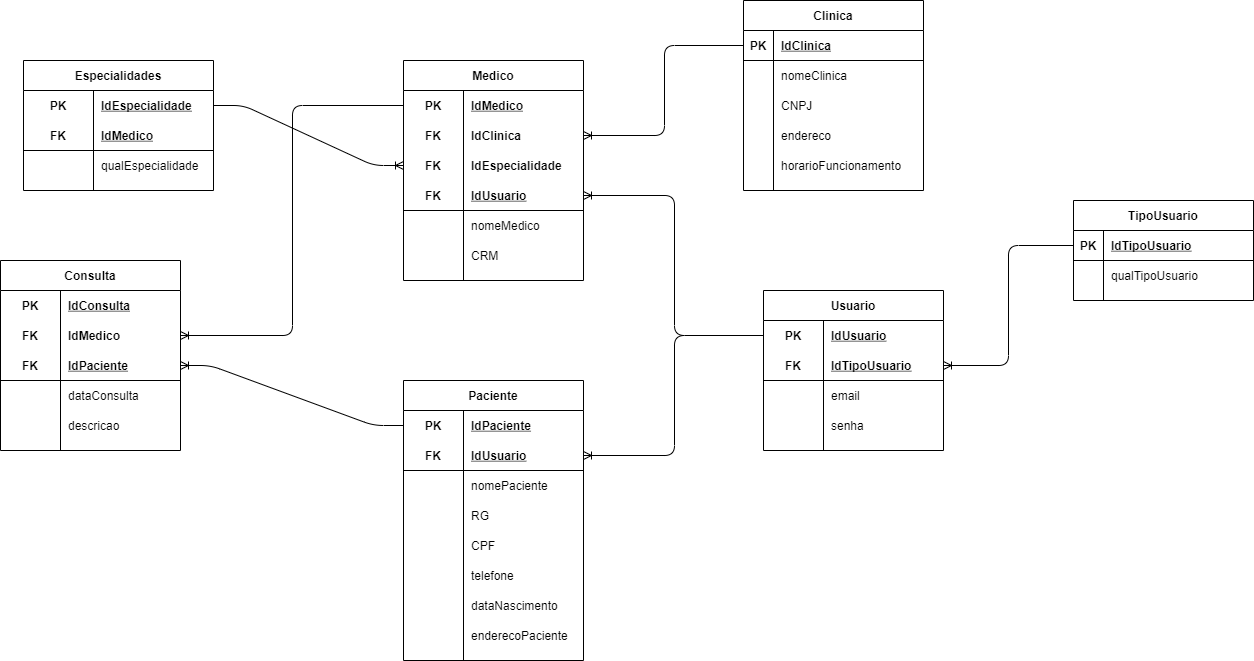
This is SP_Med_Group/Modelagens/SP_Med_Group_Logico.png from caiquesantosbrito/Senai_Sprint1_bd, a draw.io export, as it was before one commit. Source tidied: cells renumbered, new cells last; positions are measured from the earlier drawing's top-left corner, leaving out a move shared by most shapes.
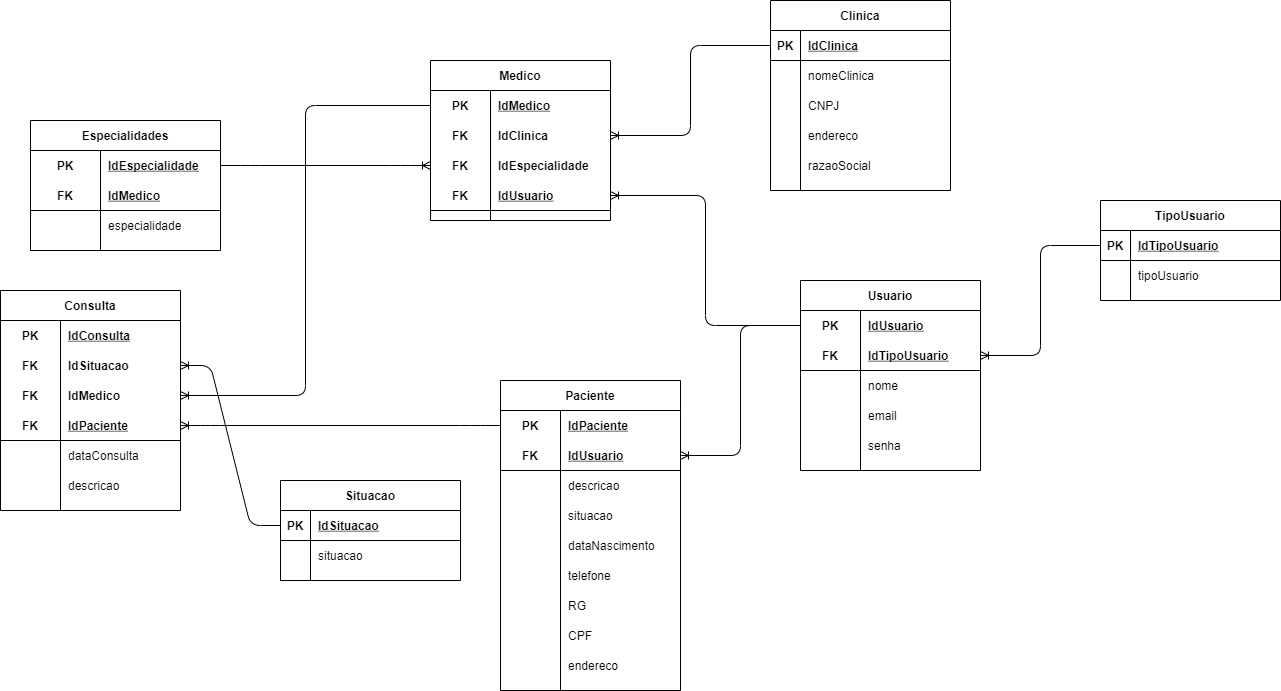
After the change.

Commit message:
Modelagens finalizadas

Diff of the diagram source:
```diff
@@ -47,11 +47,11 @@
     <mxCell id="16" style="shape=partialRectangle;fillColor=none;top=0;left=0;bottom=0;right=0;overflow=hidden;" parent="15" vertex="1">
       <mxGeometry width="30" height="30" as="geometry" />
     </mxCell>
-    <mxCell id="17" value="horarioFuncionamento" style="shape=partialRectangle;fillColor=none;top=0;left=0;bottom=0;right=0;align=left;spacingLeft=6;overflow=hidden;" parent="15" vertex="1">
+    <mxCell id="17" value="razaoSocial" style="shape=partialRectangle;fillColor=none;top=0;left=0;bottom=0;right=0;align=left;spacingLeft=6;overflow=hidden;" parent="15" vertex="1">
       <mxGeometry x="30" width="150" height="30" as="geometry" />
     </mxCell>
     <mxCell id="18" value="Medico" style="shape=table;startSize=30;rowLines=0;fontStyle=1;align=center;" parent="1" vertex="1">
-      <mxGeometry x="403" y="60" width="180" height="220" as="geometry" />
+      <mxGeometry x="403" y="60" width="180" height="160" as="geometry" />
     </mxCell>
     <mxCell id="19" style="shape=partialRectangle;fillColor=none;top=0;left=0;bottom=0;right=0;points=[[0,0.5],[1,0.5]];portConstraint=eastwest;" parent="18" vertex="1">
       <mxGeometry y="30" width="180" height="30" as="geometry" />
@@ -89,26 +89,8 @@
     <mxCell id="30" value="IdUsuario" style="shape=partialRectangle;fillColor=none;top=0;left=0;bottom=0;right=0;align=left;spacingLeft=6;fontStyle=5;overflow=hidden;" parent="28" vertex="1">
       <mxGeometry x="60" width="120" height="30" as="geometry" />
     </mxCell>
-    <mxCell id="31" style="shape=partialRectangle;fillColor=none;top=0;left=0;bottom=0;right=0;" parent="18" vertex="1">
-      <mxGeometry y="150" width="180" height="30" as="geometry" />
-    </mxCell>
-    <mxCell id="32" style="shape=partialRectangle;fillColor=none;top=0;left=0;bottom=0;right=0;overflow=hidden;" parent="31" vertex="1">
-      <mxGeometry width="60" height="30" as="geometry" />
-    </mxCell>
-    <mxCell id="33" value="nomeMedico" style="shape=partialRectangle;fillColor=none;top=0;left=0;bottom=0;right=0;align=left;spacingLeft=6;overflow=hidden;" parent="31" vertex="1">
-      <mxGeometry x="60" width="120" height="30" as="geometry" />
-    </mxCell>
-    <mxCell id="34" style="shape=partialRectangle;fillColor=none;top=0;left=0;bottom=0;right=0;" parent="18" vertex="1">
-      <mxGeometry y="180" width="180" height="30" as="geometry" />
-    </mxCell>
-    <mxCell id="35" style="shape=partialRectangle;fillColor=none;top=0;left=0;bottom=0;right=0;overflow=hidden;" parent="34" vertex="1">
-      <mxGeometry width="60" height="30" as="geometry" />
-    </mxCell>
-    <mxCell id="36" value="CRM" style="shape=partialRectangle;fillColor=none;top=0;left=0;bottom=0;right=0;align=left;spacingLeft=6;overflow=hidden;" parent="34" vertex="1">
-      <mxGeometry x="60" width="120" height="30" as="geometry" />
-    </mxCell>
     <mxCell id="37" value="Paciente" style="shape=table;startSize=30;rowLines=0;fontStyle=1;align=center;" parent="1" vertex="1">
-      <mxGeometry x="403" y="380" width="180" height="280" as="geometry" />
+      <mxGeometry x="473" y="380" width="180" height="310" as="geometry" />
     </mxCell>
     <mxCell id="38" style="shape=partialRectangle;fillColor=none;top=0;left=0;bottom=0;right=0;points=[[0,0.5],[1,0.5]];portConstraint=eastwest;" parent="37" vertex="1">
       <mxGeometry y="30" width="180" height="30" as="geometry" />
@@ -128,17 +110,44 @@
     <mxCell id="43" value="IdUsuario" style="shape=partialRectangle;fillColor=none;top=0;left=0;bottom=0;right=0;align=left;spacingLeft=6;fontStyle=5;overflow=hidden;" parent="41" vertex="1">
       <mxGeometry x="60" width="120" height="30" as="geometry" />
     </mxCell>
-    <mxCell id="44" style="shape=partialRectangle;fillColor=none;top=0;left=0;bottom=0;right=0;" parent="37" vertex="1">
-      <mxGeometry y="90" width="180" height="30" as="geometry" />
-    </mxCell>
-    <mxCell id="45" style="shape=partialRectangle;fillColor=none;top=0;left=0;bottom=0;right=0;overflow=hidden;" parent="44" vertex="1">
-      <mxGeometry width="60" height="30" as="geometry" />
-    </mxCell>
-    <mxCell id="46" value="nomePaciente" style="shape=partialRectangle;fillColor=none;top=0;left=0;bottom=0;right=0;align=left;spacingLeft=6;overflow=hidden;" parent="44" vertex="1">
-      <mxGeometry x="60" width="120" height="30" as="geometry" />
-    </mxCell>
+    <mxCell id="115" style="shape=partialRectangle;fillColor=none;top=0;left=0;bottom=0;right=0;" parent="37" vertex="1">
+      <mxGeometry y="90" width="180" height="30" as="geometry" />
+    </mxCell>
+    <mxCell id="116" style="shape=partialRectangle;fillColor=none;top=0;left=0;bottom=0;right=0;overflow=hidden;" parent="115" vertex="1">
+      <mxGeometry width="60" height="30" as="geometry" />
+    </mxCell>
+    <mxCell id="117" value="descricao" style="shape=partialRectangle;fillColor=none;top=0;left=0;bottom=0;right=0;align=left;spacingLeft=6;overflow=hidden;" parent="115" vertex="1">
+      <mxGeometry x="60" width="120" height="30" as="geometry" />
+    </mxCell>
+    <mxCell id="118" style="shape=partialRectangle;fillColor=none;top=0;left=0;bottom=0;right=0;" parent="37" vertex="1">
+      <mxGeometry y="120" width="180" height="30" as="geometry" />
+    </mxCell>
+    <mxCell id="119" style="shape=partialRectangle;fillColor=none;top=0;left=0;bottom=0;right=0;overflow=hidden;" parent="118" vertex="1">
+      <mxGeometry width="60" height="30" as="geometry" />
+    </mxCell>
+    <mxCell id="120" value="situacao" style="shape=partialRectangle;fillColor=none;top=0;left=0;bottom=0;right=0;align=left;spacingLeft=6;overflow=hidden;" parent="118" vertex="1">
+      <mxGeometry x="60" width="120" height="30" as="geometry" />
+    </mxCell>
+    <mxCell id="56" style="shape=partialRectangle;fillColor=none;top=0;left=0;bottom=0;right=0;" parent="37" vertex="1">
+      <mxGeometry y="150" width="180" height="30" as="geometry" />
+    </mxCell>
+    <mxCell id="57" style="shape=partialRectangle;fillColor=none;top=0;left=0;bottom=0;right=0;overflow=hidden;" parent="56" vertex="1">
+      <mxGeometry width="60" height="30" as="geometry" />
+    </mxCell>
+    <mxCell id="58" value="dataNascimento" style="shape=partialRectangle;fillColor=none;top=0;left=0;bottom=0;right=0;align=left;spacingLeft=6;overflow=hidden;" parent="56" vertex="1">
+      <mxGeometry x="60" width="120" height="30" as="geometry" />
+    </mxCell>
+    <mxCell id="53" style="shape=partialRectangle;fillColor=none;top=0;left=0;bottom=0;right=0;" parent="37" vertex="1">
+      <mxGeometry y="180" width="180" height="30" as="geometry" />
+    </mxCell>
+    <mxCell id="54" style="shape=partialRectangle;fillColor=none;top=0;left=0;bottom=0;right=0;overflow=hidden;" parent="53" vertex="1">
+      <mxGeometry width="60" height="30" as="geometry" />
+    </mxCell>
+    <mxCell id="55" value="telefone" style="shape=partialRectangle;fillColor=none;top=0;left=0;bottom=0;right=0;align=left;spacingLeft=6;overflow=hidden;" parent="53" vertex="1">
+      <mxGeometry x="60" width="120" height="30" as="geometry" />
+    </mxCell>
     <mxCell id="47" style="shape=partialRectangle;fillColor=none;top=0;left=0;bottom=0;right=0;" parent="37" vertex="1">
-      <mxGeometry y="120" width="180" height="30" as="geometry" />
+      <mxGeometry y="210" width="180" height="30" as="geometry" />
     </mxCell>
     <mxCell id="48" style="shape=partialRectangle;fillColor=none;top=0;left=0;bottom=0;right=0;overflow=hidden;" parent="47" vertex="1">
       <mxGeometry width="60" height="30" as="geometry" />
@@ -147,7 +156,7 @@
       <mxGeometry x="60" width="120" height="30" as="geometry" />
     </mxCell>
     <mxCell id="50" style="shape=partialRectangle;fillColor=none;top=0;left=0;bottom=0;right=0;" parent="37" vertex="1">
-      <mxGeometry y="150" width="180" height="30" as="geometry" />
+      <mxGeometry y="240" width="180" height="30" as="geometry" />
     </mxCell>
     <mxCell id="51" style="shape=partialRectangle;fillColor=none;top=0;left=0;bottom=0;right=0;overflow=hidden;" parent="50" vertex="1">
       <mxGeometry width="60" height="30" as="geometry" />
@@ -155,35 +164,17 @@
     <mxCell id="52" value="CPF" style="shape=partialRectangle;fillColor=none;top=0;left=0;bottom=0;right=0;align=left;spacingLeft=6;overflow=hidden;" parent="50" vertex="1">
       <mxGeometry x="60" width="120" height="30" as="geometry" />
     </mxCell>
-    <mxCell id="53" style="shape=partialRectangle;fillColor=none;top=0;left=0;bottom=0;right=0;" parent="37" vertex="1">
-      <mxGeometry y="180" width="180" height="30" as="geometry" />
-    </mxCell>
-    <mxCell id="54" style="shape=partialRectangle;fillColor=none;top=0;left=0;bottom=0;right=0;overflow=hidden;" parent="53" vertex="1">
-      <mxGeometry width="60" height="30" as="geometry" />
-    </mxCell>
-    <mxCell id="55" value="telefone" style="shape=partialRectangle;fillColor=none;top=0;left=0;bottom=0;right=0;align=left;spacingLeft=6;overflow=hidden;" parent="53" vertex="1">
-      <mxGeometry x="60" width="120" height="30" as="geometry" />
-    </mxCell>
-    <mxCell id="56" style="shape=partialRectangle;fillColor=none;top=0;left=0;bottom=0;right=0;" parent="37" vertex="1">
-      <mxGeometry y="210" width="180" height="30" as="geometry" />
-    </mxCell>
-    <mxCell id="57" style="shape=partialRectangle;fillColor=none;top=0;left=0;bottom=0;right=0;overflow=hidden;" parent="56" vertex="1">
-      <mxGeometry width="60" height="30" as="geometry" />
-    </mxCell>
-    <mxCell id="58" value="dataNascimento" style="shape=partialRectangle;fillColor=none;top=0;left=0;bottom=0;right=0;align=left;spacingLeft=6;overflow=hidden;" parent="56" vertex="1">
-      <mxGeometry x="60" width="120" height="30" as="geometry" />
-    </mxCell>
     <mxCell id="59" style="shape=partialRectangle;fillColor=none;top=0;left=0;bottom=0;right=0;" parent="37" vertex="1">
-      <mxGeometry y="240" width="180" height="30" as="geometry" />
+      <mxGeometry y="270" width="180" height="30" as="geometry" />
     </mxCell>
     <mxCell id="60" style="shape=partialRectangle;fillColor=none;top=0;left=0;bottom=0;right=0;overflow=hidden;" parent="59" vertex="1">
       <mxGeometry width="60" height="30" as="geometry" />
     </mxCell>
-    <mxCell id="61" value="enderecoPaciente" style="shape=partialRectangle;fillColor=none;top=0;left=0;bottom=0;right=0;align=left;spacingLeft=6;overflow=hidden;" parent="59" vertex="1">
+    <mxCell id="61" value="endereco" style="shape=partialRectangle;fillColor=none;top=0;left=0;bottom=0;right=0;align=left;spacingLeft=6;overflow=hidden;" parent="59" vertex="1">
       <mxGeometry x="60" width="120" height="30" as="geometry" />
     </mxCell>
     <mxCell id="62" value="Especialidades" style="shape=table;startSize=30;rowLines=0;fontStyle=1;align=center;" parent="1" vertex="1">
-      <mxGeometry x="23" y="60" width="190" height="130" as="geometry" />
+      <mxGeometry x="3" y="120" width="190" height="130" as="geometry" />
     </mxCell>
     <mxCell id="63" style="shape=partialRectangle;fillColor=none;top=0;left=0;bottom=0;right=0;points=[[0,0.5],[1,0.5]];portConstraint=eastwest;" parent="62" vertex="1">
       <mxGeometry y="30" width="190" height="30" as="geometry" />
@@ -209,7 +200,7 @@
     <mxCell id="70" style="shape=partialRectangle;fillColor=none;top=0;left=0;bottom=0;right=0;overflow=hidden;" parent="69" vertex="1">
       <mxGeometry width="70" height="30" as="geometry" />
     </mxCell>
-    <mxCell id="71" value="qualEspecialidade" style="shape=partialRectangle;fillColor=none;top=0;left=0;bottom=0;right=0;align=left;spacingLeft=6;overflow=hidden;" parent="69" vertex="1">
+    <mxCell id="71" value="especialidade" style="shape=partialRectangle;fillColor=none;top=0;left=0;bottom=0;right=0;align=left;spacingLeft=6;overflow=hidden;" parent="69" vertex="1">
       <mxGeometry x="70" width="120" height="30" as="geometry" />
     </mxCell>
     <mxCell id="72" value="TipoUsuario" style="shape=table;startSize=30;rowLines=0;fontStyle=1;align=center;" parent="1" vertex="1">
@@ -230,11 +221,11 @@
     <mxCell id="77" style="shape=partialRectangle;fillColor=none;top=0;left=0;bottom=0;right=0;overflow=hidden;" parent="76" vertex="1">
       <mxGeometry width="30" height="30" as="geometry" />
     </mxCell>
-    <mxCell id="78" value="qualTipoUsuario" style="shape=partialRectangle;fillColor=none;top=0;left=0;bottom=0;right=0;align=left;spacingLeft=6;overflow=hidden;" parent="76" vertex="1">
+    <mxCell id="78" value="tipoUsuario" style="shape=partialRectangle;fillColor=none;top=0;left=0;bottom=0;right=0;align=left;spacingLeft=6;overflow=hidden;" parent="76" vertex="1">
       <mxGeometry x="30" width="150" height="30" as="geometry" />
     </mxCell>
     <mxCell id="79" value="Usuario" style="shape=table;startSize=30;rowLines=0;fontStyle=1;align=center;" parent="1" vertex="1">
-      <mxGeometry x="763" y="290" width="180" height="160" as="geometry" />
+      <mxGeometry x="773" y="280" width="180" height="190" as="geometry" />
     </mxCell>
     <mxCell id="80" style="shape=partialRectangle;fillColor=none;top=0;left=0;bottom=0;right=0;points=[[0,0.5],[1,0.5]];portConstraint=eastwest;" parent="79" vertex="1">
       <mxGeometry y="30" width="180" height="30" as="geometry" />
@@ -254,8 +245,17 @@
     <mxCell id="85" value="IdTipoUsuario" style="shape=partialRectangle;fillColor=none;top=0;left=0;bottom=0;right=0;align=left;spacingLeft=6;fontStyle=5;overflow=hidden;" parent="83" vertex="1">
       <mxGeometry x="60" width="120" height="30" as="geometry" />
     </mxCell>
+    <mxCell id="121" style="shape=partialRectangle;fillColor=none;top=0;left=0;bottom=0;right=0;" parent="79" vertex="1">
+      <mxGeometry y="90" width="180" height="30" as="geometry" />
+    </mxCell>
+    <mxCell id="122" style="shape=partialRectangle;fillColor=none;top=0;left=0;bottom=0;right=0;overflow=hidden;" parent="121" vertex="1">
+      <mxGeometry width="60" height="30" as="geometry" />
+    </mxCell>
+    <mxCell id="123" value="nome" style="shape=partialRectangle;fillColor=none;top=0;left=0;bottom=0;right=0;align=left;spacingLeft=6;overflow=hidden;" parent="121" vertex="1">
+      <mxGeometry x="60" width="120" height="30" as="geometry" />
+    </mxCell>
     <mxCell id="86" style="shape=partialRectangle;fillColor=none;top=0;left=0;bottom=0;right=0;" parent="79" vertex="1">
-      <mxGeometry y="90" width="180" height="30" as="geometry" />
+      <mxGeometry y="120" width="180" height="30" as="geometry" />
     </mxCell>
     <mxCell id="87" style="shape=partialRectangle;fillColor=none;top=0;left=0;bottom=0;right=0;overflow=hidden;" parent="86" vertex="1">
       <mxGeometry width="60" height="30" as="geometry" />
@@ -264,7 +264,7 @@
       <mxGeometry x="60" width="120" height="30" as="geometry" />
     </mxCell>
     <mxCell id="89" style="shape=partialRectangle;fillColor=none;top=0;left=0;bottom=0;right=0;" parent="79" vertex="1">
-      <mxGeometry y="120" width="180" height="30" as="geometry" />
+      <mxGeometry y="150" width="180" height="30" as="geometry" />
     </mxCell>
     <mxCell id="90" style="shape=partialRectangle;fillColor=none;top=0;left=0;bottom=0;right=0;overflow=hidden;" parent="89" vertex="1">
       <mxGeometry width="60" height="30" as="geometry" />
@@ -273,7 +273,7 @@
       <mxGeometry x="60" width="120" height="30" as="geometry" />
     </mxCell>
     <mxCell id="92" value="Consulta" style="shape=table;startSize=30;rowLines=0;fontStyle=1;align=center;" parent="1" vertex="1">
-      <mxGeometry y="260" width="180" height="190" as="geometry" />
+      <mxGeometry x="-27" y="290" width="180" height="220" as="geometry" />
     </mxCell>
     <mxCell id="93" style="shape=partialRectangle;fillColor=none;top=0;left=0;bottom=0;right=0;" parent="92" vertex="1">
       <mxGeometry y="30" width="180" height="30" as="geometry" />
@@ -284,8 +284,17 @@
     <mxCell id="95" value="IdConsulta" style="shape=partialRectangle;fillColor=none;top=0;left=0;bottom=0;right=0;align=left;spacingLeft=6;fontStyle=5;overflow=hidden;" parent="93" vertex="1">
       <mxGeometry x="60" width="120" height="30" as="geometry" />
     </mxCell>
+    <mxCell id="124" style="shape=partialRectangle;fillColor=none;top=0;left=0;bottom=0;right=0;points=[[0,0.5],[1,0.5]];portConstraint=eastwest;" parent="92" vertex="1">
+      <mxGeometry y="60" width="180" height="30" as="geometry" />
+    </mxCell>
+    <mxCell id="125" value="FK" style="shape=partialRectangle;fillColor=none;top=0;left=0;bottom=0;right=0;fontStyle=1;overflow=hidden;" parent="124" vertex="1">
+      <mxGeometry width="60" height="30" as="geometry" />
+    </mxCell>
+    <mxCell id="126" value="IdSituacao" style="shape=partialRectangle;fillColor=none;top=0;left=0;bottom=0;right=0;align=left;spacingLeft=6;fontStyle=1;overflow=hidden;" parent="124" vertex="1">
+      <mxGeometry x="60" width="120" height="30" as="geometry" />
+    </mxCell>
     <mxCell id="96" style="shape=partialRectangle;fillColor=none;top=0;left=0;bottom=0;right=0;points=[[0,0.5],[1,0.5]];portConstraint=eastwest;" parent="92" vertex="1">
-      <mxGeometry y="60" width="180" height="30" as="geometry" />
+      <mxGeometry y="90" width="180" height="30" as="geometry" />
     </mxCell>
     <mxCell id="97" value="FK" style="shape=partialRectangle;fillColor=none;top=0;left=0;bottom=0;right=0;fontStyle=1;overflow=hidden;" parent="96" vertex="1">
       <mxGeometry width="60" height="30" as="geometry" />
@@ -294,7 +303,7 @@
       <mxGeometry x="60" width="120" height="30" as="geometry" />
     </mxCell>
     <mxCell id="99" style="shape=partialRectangle;fillColor=none;top=0;left=0;bottom=1;right=0;points=[[0,0.5],[1,0.5]];portConstraint=eastwest;" parent="92" vertex="1">
-      <mxGeometry y="90" width="180" height="30" as="geometry" />
+      <mxGeometry y="120" width="180" height="30" as="geometry" />
     </mxCell>
     <mxCell id="100" value="FK" style="shape=partialRectangle;fillColor=none;top=0;left=0;bottom=0;right=0;fontStyle=1;overflow=hidden;" parent="99" vertex="1">
       <mxGeometry width="60" height="30" as="geometry" />
@@ -303,7 +312,7 @@
       <mxGeometry x="60" width="120" height="30" as="geometry" />
     </mxCell>
     <mxCell id="102" style="shape=partialRectangle;fillColor=none;top=0;left=0;bottom=0;right=0;" parent="92" vertex="1">
-      <mxGeometry y="120" width="180" height="30" as="geometry" />
+      <mxGeometry y="150" width="180" height="30" as="geometry" />
     </mxCell>
     <mxCell id="103" style="shape=partialRectangle;fillColor=none;top=0;left=0;bottom=0;right=0;overflow=hidden;" parent="102" vertex="1">
       <mxGeometry width="60" height="30" as="geometry" />
@@ -312,7 +321,7 @@
       <mxGeometry x="60" width="120" height="30" as="geometry" />
     </mxCell>
     <mxCell id="105" style="shape=partialRectangle;fillColor=none;top=0;left=0;bottom=0;right=0;" parent="92" vertex="1">
-      <mxGeometry y="150" width="180" height="30" as="geometry" />
+      <mxGeometry y="180" width="180" height="30" as="geometry" />
     </mxCell>
     <mxCell id="106" style="shape=partialRectangle;fillColor=none;top=0;left=0;bottom=0;right=0;overflow=hidden;" parent="105" vertex="1">
       <mxGeometry width="60" height="30" as="geometry" />
@@ -341,5 +350,29 @@
     <mxCell id="114" style="edgeStyle=entityRelationEdgeStyle;fontSize=12;html=1;endArrow=ERoneToMany;entryX=0;entryY=0.5;entryDx=0;entryDy=0;exitX=1;exitY=0.5;exitDx=0;exitDy=0;" parent="1" edge="1" source="63" target="25">
       <mxGeometry relative="1" as="geometry" />
     </mxCell>
+    <mxCell id="127" value="Situacao" style="shape=table;startSize=30;rowLines=0;fontStyle=1;align=center;" parent="1" vertex="1">
+      <mxGeometry x="253" y="480" width="180" height="100" as="geometry" />
+    </mxCell>
+    <mxCell id="128" style="shape=partialRectangle;fillColor=none;top=0;left=0;bottom=1;right=0;points=[[0,0.5],[1,0.5]];portConstraint=eastwest;" parent="127" vertex="1">
+      <mxGeometry y="30" width="180" height="30" as="geometry" />
+    </mxCell>
+    <mxCell id="129" value="PK" style="shape=partialRectangle;fillColor=none;top=0;left=0;bottom=0;right=0;fontStyle=1;overflow=hidden;" parent="128" vertex="1">
+      <mxGeometry width="30" height="30" as="geometry" />
+    </mxCell>
+    <mxCell id="130" value="IdSituacao" style="shape=partialRectangle;fillColor=none;top=0;left=0;bottom=0;right=0;align=left;spacingLeft=6;fontStyle=5;overflow=hidden;" parent="128" vertex="1">
+      <mxGeometry x="30" width="150" height="30" as="geometry" />
+    </mxCell>
+    <mxCell id="131" style="shape=partialRectangle;fillColor=none;top=0;left=0;bottom=0;right=0;" parent="127" vertex="1">
+      <mxGeometry y="60" width="180" height="30" as="geometry" />
+    </mxCell>
+    <mxCell id="132" style="shape=partialRectangle;fillColor=none;top=0;left=0;bottom=0;right=0;overflow=hidden;" parent="131" vertex="1">
+      <mxGeometry width="30" height="30" as="geometry" />
+    </mxCell>
+    <mxCell id="133" value="situacao" style="shape=partialRectangle;fillColor=none;top=0;left=0;bottom=0;right=0;align=left;spacingLeft=6;overflow=hidden;" parent="131" vertex="1">
+      <mxGeometry x="30" width="150" height="30" as="geometry" />
+    </mxCell>
+    <mxCell id="134" style="edgeStyle=entityRelationEdgeStyle;fontSize=12;html=1;endArrow=ERoneToMany;entryX=1;entryY=0.5;entryDx=0;entryDy=0;exitX=0;exitY=0.5;exitDx=0;exitDy=0;" parent="1" edge="1" source="128" target="124">
+      <mxGeometry relative="1" as="geometry" />
+    </mxCell>
   </root>
 </mxGraphModel>
```
